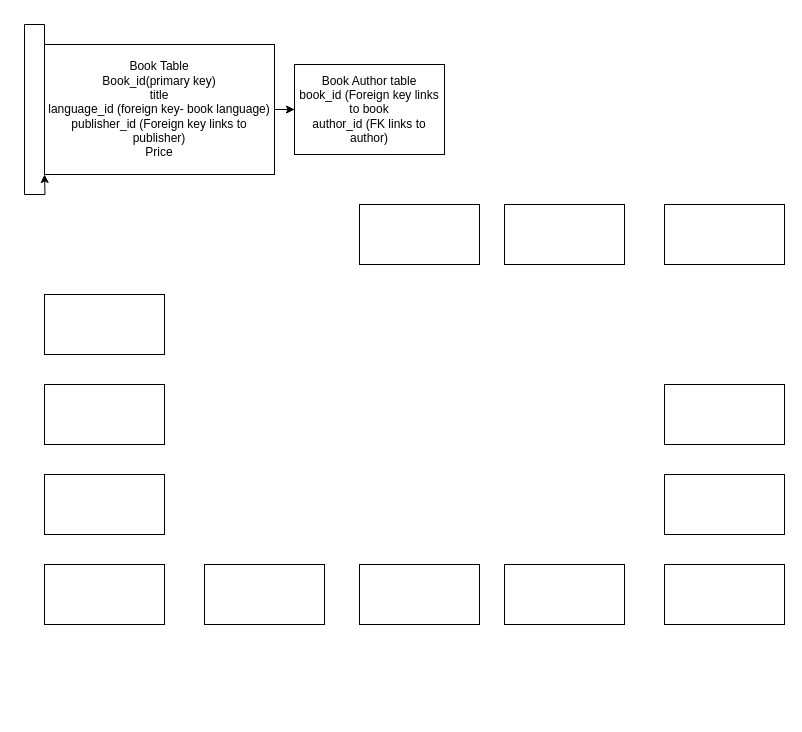
The draw.io diagram Bookstore.drawio in Kesa1203/GroupProject_Bookstore, before the edit. Source tidied: cells renumbered, new cells numbered last; positions are measured from the earlier drawing's top-left corner, leaving out a move shared by most shapes. Both pictures are drawn from the tidied source at 100%, with x=0, y=0 at pixel (44, 44).
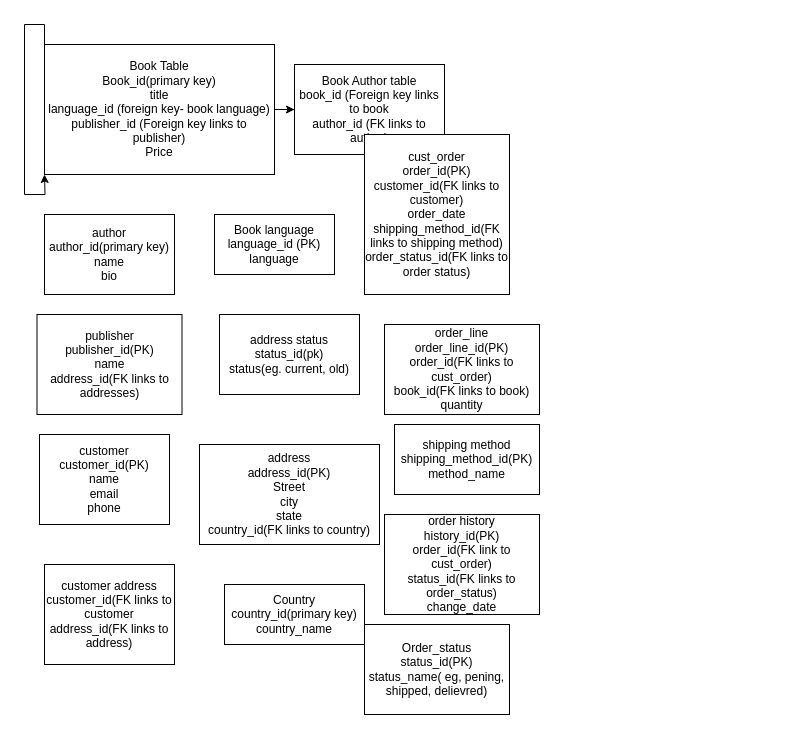
The same page after the edit.

Diff of the diagram source:
```diff
@@
 <mxGraphModel>
   <root>
     <mxCell id="0" />
     <mxCell id="1" parent="0" />
     <mxCell id="2" style="edgeStyle=orthogonalEdgeStyle;rounded=0;jettySize=auto;html=1;exitX=0;exitY=0;exitDx=0;exitDy=0;" parent="1" edge="1" source="4">
       <mxGeometry relative="1" as="geometry">
         <mxPoint y="130" as="targetPoint" />
       </mxGeometry>
     </mxCell>
     <mxCell id="3" style="edgeStyle=orthogonalEdgeStyle;rounded=0;jettySize=auto;html=1;" parent="1" edge="1" source="4" target="9">
       <mxGeometry relative="1" as="geometry" />
     </mxCell>
     <mxCell id="4" value="Book Table&lt;div&gt;Book_id(primary key)&lt;br&gt;title&lt;/div&gt;&lt;div&gt;language_id (foreign key- book language)&lt;/div&gt;&lt;div&gt;publisher_id (Foreign key links to publisher)&lt;/div&gt;&lt;div&gt;Price&lt;/div&gt;" style="rounded=0;whiteSpace=wrap;html=1;" parent="1" vertex="1">
       <mxGeometry width="230" height="130" as="geometry" />
     </mxCell>
-    <mxCell id="5" style="rounded=0;whiteSpace=wrap;html=1;" parent="1" vertex="1">
-      <mxGeometry y="340" width="120" height="60" as="geometry" />
+    <mxCell id="5" value="Book language&lt;div&gt;language_id (PK)&lt;/div&gt;&lt;div&gt;language&lt;/div&gt;" style="rounded=0;whiteSpace=wrap;html=1;" parent="1" vertex="1">
+      <mxGeometry x="170" y="170" width="120" height="60" as="geometry" />
     </mxCell>
-    <mxCell id="6" style="rounded=0;whiteSpace=wrap;html=1;" parent="1" vertex="1">
-      <mxGeometry y="250" width="120" height="60" as="geometry" />
+    <mxCell id="6" value="author&lt;div&gt;author_id(primary key)&lt;/div&gt;&lt;div&gt;name&lt;/div&gt;&lt;div&gt;bio&lt;/div&gt;" style="rounded=0;whiteSpace=wrap;html=1;" parent="1" vertex="1">
+      <mxGeometry y="170" width="130" height="80" as="geometry" />
     </mxCell>
-    <mxCell id="7" style="rounded=0;whiteSpace=wrap;html=1;" parent="1" vertex="1">
-      <mxGeometry y="430" width="120" height="60" as="geometry" />
+    <mxCell id="7" value="customer&lt;div&gt;customer_id(PK)&lt;/div&gt;&lt;div&gt;name&lt;/div&gt;&lt;div&gt;email&lt;/div&gt;&lt;div&gt;phone&lt;/div&gt;" style="rounded=0;whiteSpace=wrap;html=1;" parent="1" vertex="1">
+      <mxGeometry x="-5" y="390" width="130" height="90" as="geometry" />
     </mxCell>
-    <mxCell id="8" style="rounded=0;whiteSpace=wrap;html=1;" parent="1" vertex="1">
-      <mxGeometry y="520" width="120" height="60" as="geometry" />
+    <mxCell id="8" value="customer address&lt;div&gt;customer_id(FK links to customer&lt;/div&gt;&lt;div&gt;address_id(FK links to address)&lt;/div&gt;" style="rounded=0;whiteSpace=wrap;html=1;" parent="1" vertex="1">
+      <mxGeometry y="520" width="130" height="100" as="geometry" />
     </mxCell>
     <mxCell id="9" value="Book Author table&lt;div&gt;book_id (Foreign key links to book&lt;/div&gt;&lt;div&gt;author_id (FK links to author)&lt;/div&gt;" style="rounded=0;whiteSpace=wrap;html=1;" parent="1" vertex="1">
       <mxGeometry x="250" y="20" width="150" height="90" as="geometry" />
     </mxCell>
-    <mxCell id="10" style="rounded=0;whiteSpace=wrap;html=1;" parent="1" vertex="1">
-      <mxGeometry x="315" y="160" width="120" height="60" as="geometry" />
+    <mxCell id="10" value="publisher&lt;div&gt;publisher_id(PK)&lt;/div&gt;&lt;div&gt;name&lt;/div&gt;&lt;div&gt;address_id(FK links to addresses)&lt;/div&gt;" style="rounded=0;whiteSpace=wrap;html=1;" parent="1" vertex="1">
+      <mxGeometry x="-7.5" y="270" width="145" height="100" as="geometry" />
     </mxCell>
-    <mxCell id="11" style="rounded=0;whiteSpace=wrap;html=1;" parent="1" vertex="1">
-      <mxGeometry x="460" y="160" width="120" height="60" as="geometry" />
+    <mxCell id="11" value="cust_order&lt;div&gt;order_id(PK)&lt;/div&gt;&lt;div&gt;customer_id(FK links to customer)&lt;/div&gt;&lt;div&gt;order_date&lt;/div&gt;&lt;div&gt;shipping_method_id(FK links to shipping method)&lt;/div&gt;&lt;div&gt;order_status_id(FK links to order status)&lt;/div&gt;" style="rounded=0;whiteSpace=wrap;html=1;" parent="1" vertex="1">
+      <mxGeometry x="320" y="90" width="145" height="160" as="geometry" />
     </mxCell>
-    <mxCell id="12" style="rounded=0;whiteSpace=wrap;html=1;" parent="1" vertex="1">
-      <mxGeometry x="620" y="160" width="120" height="60" as="geometry" />
+    <mxCell id="12" value="order_line&lt;div&gt;order_line_id(PK)&lt;/div&gt;&lt;div&gt;order_id(FK links to cust_order)&lt;/div&gt;&lt;div&gt;book_id(FK links to book)&lt;/div&gt;&lt;div&gt;quantity&lt;/div&gt;" style="rounded=0;whiteSpace=wrap;html=1;" parent="1" vertex="1">
+      <mxGeometry x="340" y="280" width="155" height="90" as="geometry" />
     </mxCell>
-    <mxCell id="13" style="rounded=0;whiteSpace=wrap;html=1;" parent="1" vertex="1">
-      <mxGeometry x="620" y="340" width="120" height="60" as="geometry" />
+    <mxCell id="13" value="shipping method&lt;div&gt;shipping_method_id(PK)&lt;/div&gt;&lt;div&gt;method_name&lt;/div&gt;" style="rounded=0;whiteSpace=wrap;html=1;" parent="1" vertex="1">
+      <mxGeometry x="350" y="380" width="145" height="70" as="geometry" />
     </mxCell>
-    <mxCell id="14" style="rounded=0;whiteSpace=wrap;html=1;" parent="1" vertex="1">
-      <mxGeometry x="315" y="520" width="120" height="60" as="geometry" />
+    <mxCell id="14" value="address&lt;div&gt;address_id(PK)&lt;/div&gt;&lt;div&gt;Street&lt;/div&gt;&lt;div&gt;city&lt;/div&gt;&lt;div&gt;state&lt;/div&gt;&lt;div&gt;country_id(FK links to country)&lt;/div&gt;" style="rounded=0;whiteSpace=wrap;html=1;" parent="1" vertex="1">
+      <mxGeometry x="155" y="400" width="180" height="100" as="geometry" />
     </mxCell>
-    <mxCell id="15" style="rounded=0;whiteSpace=wrap;html=1;" parent="1" vertex="1">
-      <mxGeometry x="620" y="430" width="120" height="60" as="geometry" />
+    <mxCell id="15" value="order history&lt;div&gt;history_id(PK)&lt;/div&gt;&lt;div&gt;order_id(FK link to cust_order)&lt;/div&gt;&lt;div&gt;status_id(FK links to order_status)&lt;/div&gt;&lt;div&gt;change_date&lt;/div&gt;" style="rounded=0;whiteSpace=wrap;html=1;" parent="1" vertex="1">
+      <mxGeometry x="340" y="470" width="155" height="100" as="geometry" />
     </mxCell>
-    <mxCell id="16" style="rounded=0;whiteSpace=wrap;html=1;" parent="1" vertex="1">
-      <mxGeometry x="620" y="520" width="120" height="60" as="geometry" />
+    <mxCell id="16" value="Order_status&lt;div&gt;status_id(PK)&lt;/div&gt;&lt;div&gt;status_name( eg, pening, shipped, delievred)&lt;/div&gt;" style="rounded=0;whiteSpace=wrap;html=1;" parent="1" vertex="1">
+      <mxGeometry x="320" y="580" width="145" height="90" as="geometry" />
     </mxCell>
-    <mxCell id="17" style="rounded=0;whiteSpace=wrap;html=1;" parent="1" vertex="1">
-      <mxGeometry x="460" y="520" width="120" height="60" as="geometry" />
+    <mxCell id="17" value="Country&lt;div&gt;country_id(primary key)&lt;/div&gt;&lt;div&gt;country_name&lt;/div&gt;" style="rounded=0;whiteSpace=wrap;html=1;" parent="1" vertex="1">
+      <mxGeometry x="180" y="540" width="140" height="60" as="geometry" />
     </mxCell>
-    <mxCell id="18" style="rounded=0;whiteSpace=wrap;html=1;" parent="1" vertex="1">
-      <mxGeometry x="160" y="520" width="120" height="60" as="geometry" />
+    <mxCell id="18" value="address status&lt;div&gt;status_id(pk)&lt;/div&gt;&lt;div&gt;status(eg. current, old)&lt;/div&gt;" style="rounded=0;whiteSpace=wrap;html=1;" parent="1" vertex="1">
+      <mxGeometry x="175" y="270" width="140" height="80" as="geometry" />
     </mxCell>
   </root>
 </mxGraphModel>
```
